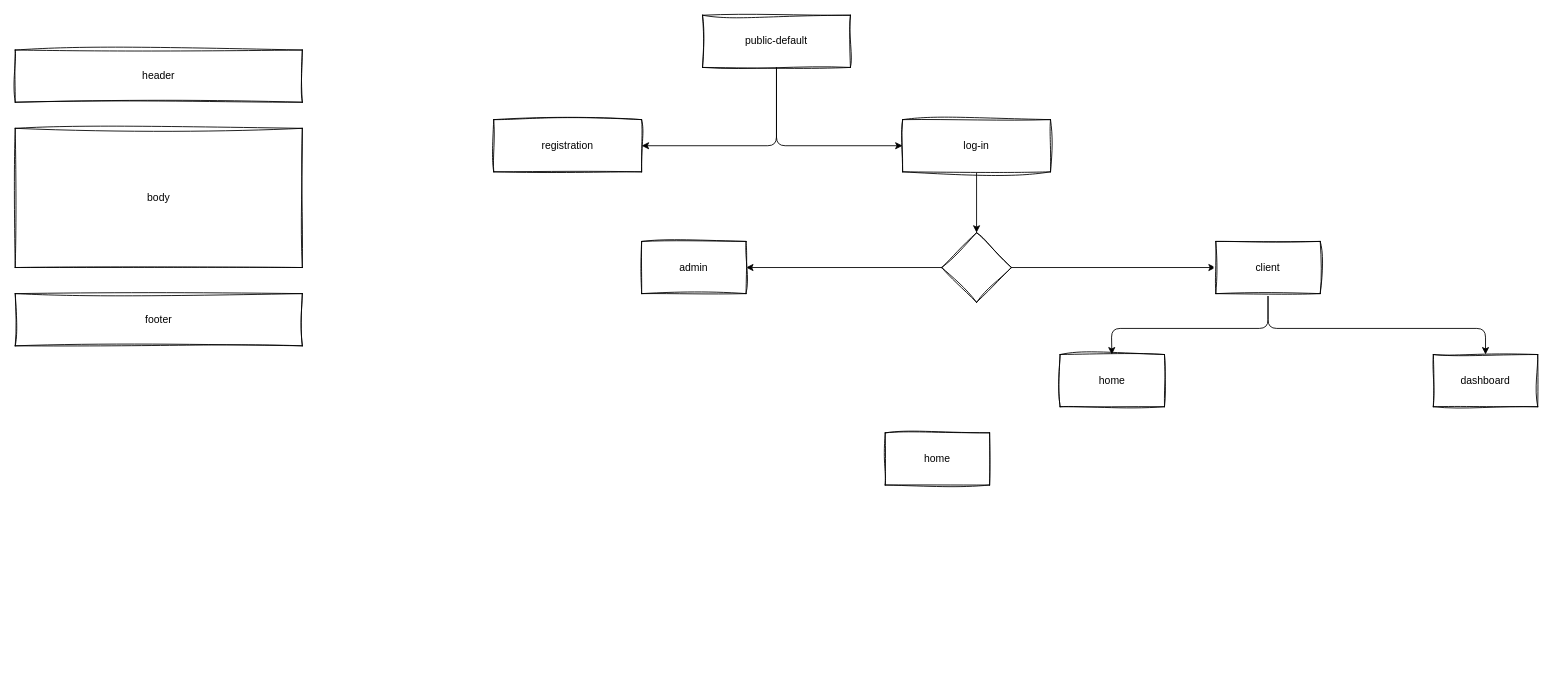
Earlier version of the draw.io diagram page "home-page" (1 of 4) of design.drawio (RaphaDevsearch/HOSTEL-MS). Source tidied: cells renumbered, new cells numbered last; positions are measured from the earlier drawing's top-left corner, leaving out a move shared by most shapes. Both pictures are drawn from the tidied source at 87%, with x=0, y=0 at pixel (15, 15).
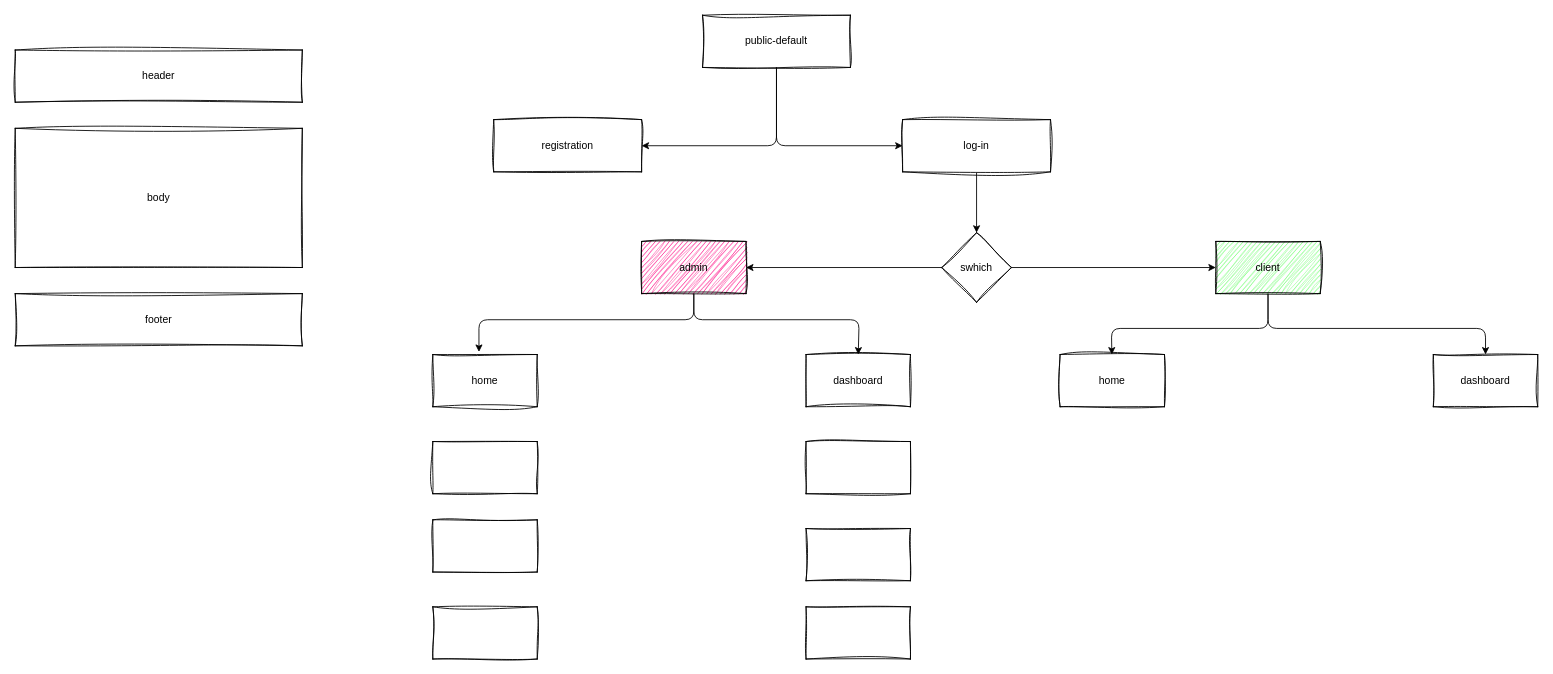
The same diagram, later.

The edit, as a diff of the source:
```diff
@@
-    <mxCell id="13" style="rhombus;whiteSpace=wrap;html=1;rounded=0;sketch=1;curveFitting=1;jiggle=2;" parent="1" vertex="1">
+    <mxCell id="13" value="swhich" style="rhombus;whiteSpace=wrap;html=1;rounded=0;sketch=1;curveFitting=1;jiggle=2;" parent="1" vertex="1">
       <mxGeometry x="1065" y="250" width="80" height="80" as="geometry" />
     </mxCell>
+    <mxCell id="21" style="edgeStyle=none;html=1;entryX=0.5;entryY=0;entryDx=0;entryDy=0;" parent="1" edge="1" source="14" target="23">
+      <mxGeometry relative="1" as="geometry">
+        <Array as="points">
+          <mxPoint x="780" y="350" />
+          <mxPoint x="970" y="350" />
+        </Array>
+      </mxGeometry>
+    </mxCell>
-    <mxCell id="14" value="admin" style="rounded=0;whiteSpace=wrap;html=1;sketch=1;curveFitting=1;jiggle=2;" parent="1" vertex="1">
+    <mxCell id="14" value="admin" style="rounded=0;whiteSpace=wrap;html=1;sketch=1;curveFitting=1;jiggle=2;fillColor=#FF0080;" parent="1" vertex="1">
       <mxGeometry x="720" y="260" width="120" height="60" as="geometry" />
     </mxCell>
@@
-    <mxCell id="17" value="client" style="whiteSpace=wrap;html=1;rounded=0;sketch=1;curveFitting=1;jiggle=2;" parent="1" vertex="1">
+    <mxCell id="17" value="client" style="whiteSpace=wrap;html=1;rounded=0;sketch=1;curveFitting=1;jiggle=2;fillColor=#66FF66;" parent="1" vertex="1">
       <mxGeometry x="1380" y="260" width="120" height="60" as="geometry" />
     </mxCell>
@@
-    <mxCell id="20" value="home" style="whiteSpace=wrap;html=1;rounded=0;sketch=1;curveFitting=1;jiggle=2;" parent="1" vertex="1">
-      <mxGeometry x="1000" y="480" width="120" height="60" as="geometry" />
+    <mxCell id="20" style="whiteSpace=wrap;html=1;rounded=0;sketch=1;curveFitting=1;jiggle=2;" parent="1" vertex="1">
+      <mxGeometry x="909" y="490" width="120" height="60" as="geometry" />
     </mxCell>
+    <mxCell id="22" value="home" style="whiteSpace=wrap;html=1;rounded=0;sketch=1;curveFitting=1;jiggle=2;" parent="1" vertex="1">
+      <mxGeometry x="480" y="390" width="120" height="60" as="geometry" />
+    </mxCell>
+    <mxCell id="23" value="dashboard" style="whiteSpace=wrap;html=1;rounded=0;sketch=1;curveFitting=1;jiggle=2;" parent="1" vertex="1">
+      <mxGeometry x="909" y="390" width="120" height="60" as="geometry" />
+    </mxCell>
+    <mxCell id="24" style="edgeStyle=none;html=1;entryX=0.442;entryY=-0.05;entryDx=0;entryDy=0;entryPerimeter=0;" parent="1" edge="1" source="14" target="22">
+      <mxGeometry relative="1" as="geometry">
+        <Array as="points">
+          <mxPoint x="780" y="350" />
+          <mxPoint x="533" y="350" />
+        </Array>
+      </mxGeometry>
+    </mxCell>
+    <mxCell id="25" style="whiteSpace=wrap;html=1;rounded=0;sketch=1;curveFitting=1;jiggle=2;" parent="1" vertex="1">
+      <mxGeometry x="909" y="590" width="120" height="60" as="geometry" />
+    </mxCell>
+    <mxCell id="26" style="whiteSpace=wrap;html=1;rounded=0;sketch=1;curveFitting=1;jiggle=2;" parent="1" vertex="1">
+      <mxGeometry x="909" y="680" width="120" height="60" as="geometry" />
+    </mxCell>
+    <mxCell id="27" style="whiteSpace=wrap;html=1;rounded=0;sketch=1;curveFitting=1;jiggle=2;" parent="1" vertex="1">
+      <mxGeometry x="480" y="490" width="120" height="60" as="geometry" />
+    </mxCell>
+    <mxCell id="28" style="whiteSpace=wrap;html=1;rounded=0;sketch=1;curveFitting=1;jiggle=2;" parent="1" vertex="1">
+      <mxGeometry x="480" y="580" width="120" height="60" as="geometry" />
+    </mxCell>
+    <mxCell id="29" style="whiteSpace=wrap;html=1;rounded=0;sketch=1;curveFitting=1;jiggle=2;" parent="1" vertex="1">
+      <mxGeometry x="480" y="680" width="120" height="60" as="geometry" />
+    </mxCell>
```
